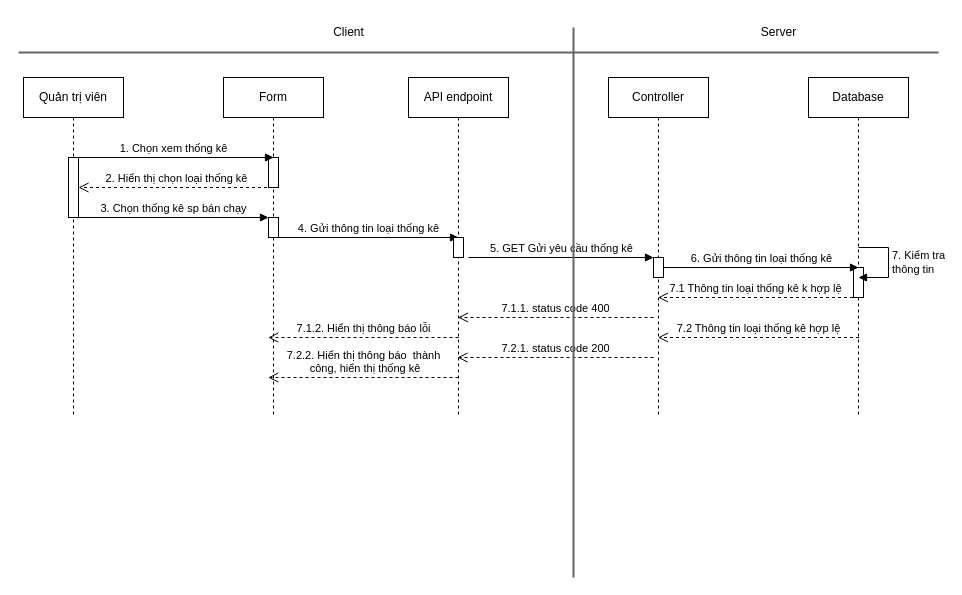
hieuNV0871/da keeps this draw.io diagram as page "Page-2" (2 of 2) of SD/SD_THONGKE.drawio. Above is the earlier version. Source tidied: cells renumbered, new cells numbered last; positions are measured from the earlier drawing's top-left corner, leaving out a move shared by most shapes. Both pictures are drawn from the tidied source at 100%, with x=0, y=0 at pixel (18, 17).
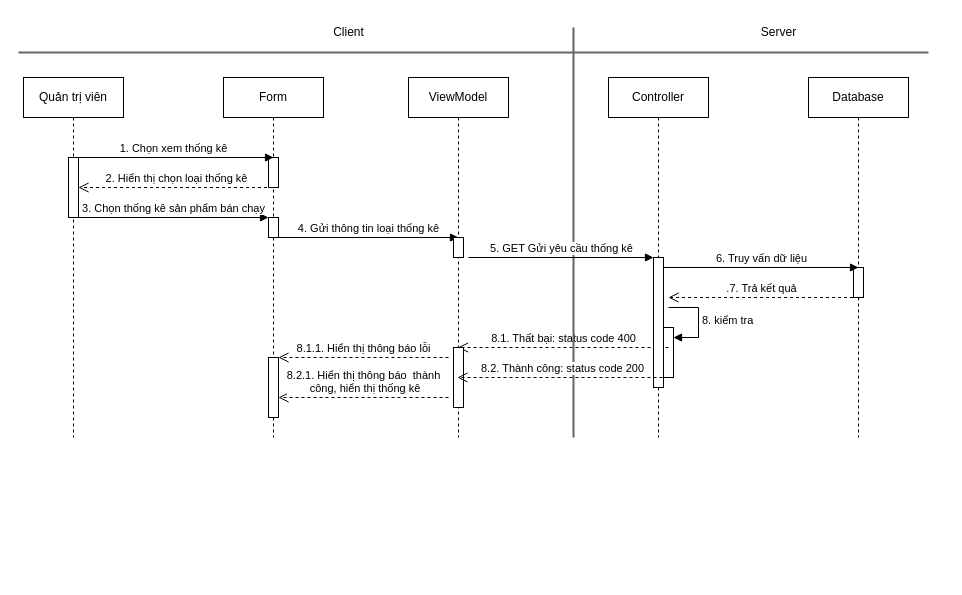
The same diagram, later.

The change refers to these unchanged cells:
```xml
<mxCell id="3" style="html=1;points=[[0,0,0,0,5],[0,1,0,0,-5],[1,0,0,0,5],[1,1,0,0,-5]];perimeter=orthogonalPerimeter;outlineConnect=0;targetShapes=umlLifeline;portConstraint=eastwest;newEdgeStyle={&quot;curved&quot;:0,&quot;rounded&quot;:0};" parent="2" vertex="1">
  <mxGeometry x="45" y="80" width="10" height="60" as="geometry" />
</mxCell>
<mxCell id="6" style="html=1;points=[[0,0,0,0,5],[0,1,0,0,-5],[1,0,0,0,5],[1,1,0,0,-5]];perimeter=orthogonalPerimeter;outlineConnect=0;targetShapes=umlLifeline;portConstraint=eastwest;newEdgeStyle={&quot;curved&quot;:0,&quot;rounded&quot;:0};" parent="4" vertex="1">
  <mxGeometry x="45" y="140" width="10" height="20" as="geometry" />
</mxCell>
```

Diff of the diagram source:
```diff
@@
     <mxCell id="2" value="Quản trị viên" style="shape=umlLifeline;perimeter=lifelinePerimeter;whiteSpace=wrap;html=1;newEdgeStyle={&quot;curved&quot;:0,&quot;rounded&quot;:0};" parent="1" vertex="1">
-      <mxGeometry x="5" y="60" width="100" height="340" as="geometry" />
+      <mxGeometry x="5" y="60" width="100" height="360" as="geometry" />
     </mxCell>
@@
     <mxCell id="4" value="Form" style="shape=umlLifeline;perimeter=lifelinePerimeter;whiteSpace=wrap;html=1;newEdgeStyle={&quot;curved&quot;:0,&quot;rounded&quot;:0};" parent="1" vertex="1">
-      <mxGeometry x="205" y="60" width="100" height="340" as="geometry" />
+      <mxGeometry x="205" y="60" width="100" height="360" as="geometry" />
     </mxCell>
@@
+    <mxCell id="31" style="html=1;perimeter=orthogonalPerimeter;targetShapes=umlLifeline;newEdgeStyle={&quot;curved&quot;:0,&quot;rounded&quot;:0};" parent="4" vertex="1">
+      <mxGeometry x="45" y="280" width="10" height="60" as="geometry" />
+    </mxCell>
     <mxCell id="7" value="Controller" style="shape=umlLifeline;perimeter=lifelinePerimeter;whiteSpace=wrap;html=1;outlineConnect=0;portConstraint=eastwest;newEdgeStyle={&quot;curved&quot;:0,&quot;rounded&quot;:0};" parent="1" vertex="1">
-      <mxGeometry x="590" y="60" width="100" height="340" as="geometry" />
+      <mxGeometry x="590" y="60" width="100" height="360" as="geometry" />
     </mxCell>
+    <mxCell id="32" style="html=1;points=[[0,0,0,0,5],[0,1,0,0,-5],[1,0,0,0,5],[1,1,0,0,-5]];perimeter=orthogonalPerimeter;outlineConnect=0;targetShapes=umlLifeline;portConstraint=eastwest;newEdgeStyle={&quot;curved&quot;:0,&quot;rounded&quot;:0};" parent="7" vertex="1">
+      <mxGeometry x="55" y="250" width="10" height="50" as="geometry" />
+    </mxCell>
+    <mxCell id="33" value="8. kiểm tra" style="html=1;align=left;spacingLeft=2;endArrow=block;rounded=0;edgeStyle=orthogonalEdgeStyle;curved=0;rounded=0;" parent="7" edge="1" target="32">
+      <mxGeometry relative="1" as="geometry">
+        <mxPoint x="60" y="230" as="sourcePoint" />
+        <Array as="points">
+          <mxPoint x="90" y="260" />
+        </Array>
+      </mxGeometry>
+    </mxCell>
@@
-    <mxCell id="9" value="3. Chọn thống kê sp bán chạy" style="html=1;verticalAlign=bottom;endArrow=block;curved=0;rounded=0;" parent="1" edge="1" source="3" target="6">
+    <mxCell id="9" value="3. Chọn thống kê sản phẩm bán chạy" style="html=1;verticalAlign=bottom;endArrow=block;curved=0;rounded=0;" parent="1" edge="1" source="3" target="6">
       <mxGeometry relative="1" as="geometry" />
     </mxCell>
@@
-    <mxCell id="12" value="7.1 Thông tin loại thống kê k hợp lệ" style="html=1;verticalAlign=bottom;endArrow=open;dashed=1;endSize=8;curved=0;rounded=0;" parent="1" edge="1" target="7">
-      <mxGeometry relative="1" as="geometry">
-        <mxPoint x="834.5" y="280" as="sourcePoint" />
-        <Array as="points">
-          <mxPoint x="710" y="280" />
-        </Array>
-      </mxGeometry>
-    </mxCell>
+    <mxCell id="34" value=".7. Trả kết quả" style="html=1;verticalAlign=bottom;endArrow=open;dashed=1;endSize=8;curved=0;rounded=0;" parent="1" edge="1">
+      <mxGeometry relative="1" as="geometry">
+        <mxPoint x="834.5" y="280" as="sourcePoint" />
+        <mxPoint x="650" y="280" as="targetPoint" />
+        <Array as="points">
+          <mxPoint x="710" y="280" />
+        </Array>
+      </mxGeometry>
+    </mxCell>
     <mxCell id="13" value="Database" style="shape=umlLifeline;perimeter=lifelinePerimeter;whiteSpace=wrap;html=1;newEdgeStyle={&quot;curved&quot;:0,&quot;rounded&quot;:0};" parent="1" vertex="1">
-      <mxGeometry x="790" y="60" width="100" height="340" as="geometry" />
+      <mxGeometry x="790" y="60" width="100" height="360" as="geometry" />
     </mxCell>
@@
-    <mxCell id="15" value="7.1.1. status code 400" style="html=1;verticalAlign=bottom;endArrow=open;dashed=1;endSize=8;curved=0;rounded=0;" parent="1" edge="1" target="19">
-      <mxGeometry relative="1" as="geometry">
-        <mxPoint x="635" y="300" as="sourcePoint" />
-        <Array as="points">
-          <mxPoint x="530" y="300" />
-        </Array>
-      </mxGeometry>
-    </mxCell>
-    <mxCell id="16" value="6. Gửi thông tin loại thống kê" style="html=1;verticalAlign=bottom;endArrow=block;curved=0;rounded=0;" parent="1" edge="1" source="23">
-      <mxGeometry relative="1" as="geometry">
-        <mxPoint x="840" y="250" as="targetPoint" />
-      </mxGeometry>
-    </mxCell>
+    <mxCell id="35" value="8.1. Thất bại: status code 400" style="html=1;verticalAlign=bottom;endArrow=open;dashed=1;endSize=8;curved=0;rounded=0;" parent="1" edge="1" target="39">
+      <mxGeometry relative="1" as="geometry">
+        <mxPoint x="650" y="330" as="sourcePoint" />
+        <Array as="points">
+          <mxPoint x="540" y="330" />
+        </Array>
+      </mxGeometry>
+    </mxCell>
+    <mxCell id="36" value="6. Truy vấn dữ liệu" style="html=1;verticalAlign=bottom;endArrow=block;curved=0;rounded=0;" parent="1" edge="1" source="42">
+      <mxGeometry relative="1" as="geometry">
+        <mxPoint x="840" y="250" as="targetPoint" />
+      </mxGeometry>
+    </mxCell>
+    <mxCell id="37" style="line;strokeWidth=2;html=1;fillColor=#f5f5f5;fontColor=#333333;strokeColor=#666666;" parent="1" vertex="1">
+      <mxGeometry y="30" width="910" height="10" as="geometry" />
+    </mxCell>
@@
-    <mxCell id="19" value="API endpoint" style="shape=umlLifeline;perimeter=lifelinePerimeter;whiteSpace=wrap;html=1;outlineConnect=0;portConstraint=eastwest;newEdgeStyle={&quot;curved&quot;:0,&quot;rounded&quot;:0};" parent="1" vertex="1">
-      <mxGeometry x="390" y="60" width="100" height="340" as="geometry" />
-    </mxCell>
+    <mxCell id="38" style="line;strokeWidth=2;direction=south;html=1;fillColor=#f5f5f5;fontColor=#333333;strokeColor=#666666;" parent="1" vertex="1">
+      <mxGeometry x="550" y="10" width="10" height="410" as="geometry" />
+    </mxCell>
+    <mxCell id="39" value="ViewModel" style="shape=umlLifeline;perimeter=lifelinePerimeter;whiteSpace=wrap;html=1;outlineConnect=0;portConstraint=eastwest;newEdgeStyle={&quot;curved&quot;:0,&quot;rounded&quot;:0};" parent="1" vertex="1">
+      <mxGeometry x="390" y="60" width="100" height="360" as="geometry" />
+    </mxCell>
-    <mxCell id="20" style="html=1;perimeter=orthogonalPerimeter;targetShapes=umlLifeline;newEdgeStyle={&quot;curved&quot;:0,&quot;rounded&quot;:0};" parent="19" vertex="1">
+    <mxCell id="20" style="html=1;perimeter=orthogonalPerimeter;targetShapes=umlLifeline;newEdgeStyle={&quot;curved&quot;:0,&quot;rounded&quot;:0};" parent="39" vertex="1">
       <mxGeometry x="45" y="160" width="10" height="20" as="geometry" />
     </mxCell>
+    <mxCell id="40" style="html=1;perimeter=orthogonalPerimeter;targetShapes=umlLifeline;newEdgeStyle={&quot;curved&quot;:0,&quot;rounded&quot;:0};" parent="39" vertex="1">
+      <mxGeometry x="45" y="270" width="10" height="60" as="geometry" />
+    </mxCell>
-    <mxCell id="21" value="5. GET Gửi yêu cầu thống kê" style="html=1;verticalAlign=bottom;endArrow=block;curved=0;rounded=0;" parent="1" edge="1" target="23">
+    <mxCell id="21" value="5. GET Gửi yêu cầu thống kê" style="html=1;verticalAlign=bottom;endArrow=block;curved=0;rounded=0;" parent="1" edge="1" target="42">
       <mxGeometry relative="1" as="geometry">
         <mxPoint x="450" y="240" as="sourcePoint" />
       </mxGeometry>
     </mxCell>
-    <mxCell id="22" style="html=1;verticalAlign=bottom;endArrow=block;curved=0;rounded=0;" parent="1" edge="1" target="23">
-      <mxGeometry relative="1" as="geometry">
-        <mxPoint x="640" y="250" as="sourcePoint" />
-      </mxGeometry>
-    </mxCell>
-    <mxCell id="23" style="html=1;points=[[0,0,0,0,5],[0,1,0,0,-5],[1,0,0,0,5],[1,1,0,0,-5]];perimeter=orthogonalPerimeter;outlineConnect=0;targetShapes=umlLifeline;portConstraint=eastwest;newEdgeStyle={&quot;curved&quot;:0,&quot;rounded&quot;:0};" parent="1" vertex="1">
-      <mxGeometry x="635" y="240" width="10" height="20" as="geometry" />
-    </mxCell>
-    <mxCell id="24" value="7. Kiểm tra &lt;br&gt;thông tin" style="html=1;align=left;spacingLeft=2;endArrow=block;rounded=0;edgeStyle=orthogonalEdgeStyle;curved=0;rounded=0;" parent="1" edge="1">
-      <mxGeometry relative="1" as="geometry">
-        <mxPoint x="840" y="230" as="sourcePoint" />
-        <mxPoint x="840" y="260" as="targetPoint" />
-        <Array as="points">
-          <mxPoint x="870" y="260" />
-        </Array>
-      </mxGeometry>
-    </mxCell>
-    <mxCell id="25" value="7.2 Thông tin loại thống kê hợp lệ" style="html=1;verticalAlign=bottom;endArrow=open;dashed=1;endSize=8;curved=0;rounded=0;" parent="1" edge="1" target="7">
-      <mxGeometry relative="1" as="geometry">
-        <mxPoint x="840.5" y="320" as="sourcePoint" />
-        <Array as="points">
-          <mxPoint x="716" y="320" />
-        </Array>
-      </mxGeometry>
-    </mxCell>
-    <mxCell id="26" value="7.2.1. status code 200" style="html=1;verticalAlign=bottom;endArrow=open;dashed=1;endSize=8;curved=0;rounded=0;" parent="1" edge="1">
-      <mxGeometry relative="1" as="geometry">
-        <mxPoint x="635" y="340" as="sourcePoint" />
-        <mxPoint x="439" y="340" as="targetPoint" />
-        <Array as="points">
-          <mxPoint x="530" y="340" />
-        </Array>
-      </mxGeometry>
-    </mxCell>
-    <mxCell id="27" value="7.1.2. Hiển thị thông báo lỗi" style="html=1;verticalAlign=bottom;endArrow=open;dashed=1;endSize=8;curved=0;rounded=0;" parent="1" edge="1">
-      <mxGeometry relative="1" as="geometry">
-        <mxPoint x="440" y="320" as="sourcePoint" />
-        <mxPoint x="249.7" y="320" as="targetPoint" />
-        <Array as="points">
-          <mxPoint x="340.7" y="320" />
-        </Array>
-      </mxGeometry>
-    </mxCell>
-    <mxCell id="28" value="7.2.2. Hiển thị thông báo&amp;nbsp; thành&lt;br&gt;&amp;nbsp;công, hiển thị thống kê" style="html=1;verticalAlign=bottom;endArrow=open;dashed=1;endSize=8;curved=0;rounded=0;" parent="1" edge="1">
-      <mxGeometry relative="1" as="geometry">
-        <mxPoint x="440" y="360" as="sourcePoint" />
-        <mxPoint x="249.7" y="360" as="targetPoint" />
-        <Array as="points">
-          <mxPoint x="340.7" y="360" />
-        </Array>
-      </mxGeometry>
-    </mxCell>
-    <mxCell id="29" style="line;strokeWidth=2;html=1;fillColor=#f5f5f5;fontColor=#333333;strokeColor=#666666;" parent="1" vertex="1">
-      <mxGeometry y="30" width="920" height="10" as="geometry" />
-    </mxCell>
-    <mxCell id="30" style="line;strokeWidth=2;direction=south;html=1;fillColor=#f5f5f5;fontColor=#333333;strokeColor=#666666;" parent="1" vertex="1">
-      <mxGeometry x="550" y="10" width="10" height="550" as="geometry" />
-    </mxCell>
+    <mxCell id="41" style="html=1;verticalAlign=bottom;endArrow=block;curved=0;rounded=0;" parent="1" edge="1" target="42">
+      <mxGeometry relative="1" as="geometry">
+        <mxPoint x="640" y="250" as="sourcePoint" />
+      </mxGeometry>
+    </mxCell>
+    <mxCell id="42" style="html=1;points=[[0,0,0,0,5],[0,1,0,0,-5],[1,0,0,0,5],[1,1,0,0,-5]];perimeter=orthogonalPerimeter;outlineConnect=0;targetShapes=umlLifeline;portConstraint=eastwest;newEdgeStyle={&quot;curved&quot;:0,&quot;rounded&quot;:0};" parent="1" vertex="1">
+      <mxGeometry x="635" y="240" width="10" height="130" as="geometry" />
+    </mxCell>
+    <mxCell id="43" value="8.2. Thành công: status code 200" style="html=1;verticalAlign=bottom;endArrow=open;dashed=1;endSize=8;curved=0;rounded=0;exitX=0.5;exitY=1;exitDx=0;exitDy=0;exitPerimeter=0;" parent="1" edge="1" source="32">
+      <mxGeometry relative="1" as="geometry">
+        <mxPoint x="439" y="360" as="targetPoint" />
+        <Array as="points">
+          <mxPoint x="530" y="360" />
+        </Array>
+      </mxGeometry>
+    </mxCell>
+    <mxCell id="44" value="8.1.1. Hiển thị thông báo lỗi" style="html=1;verticalAlign=bottom;endArrow=open;dashed=1;endSize=8;curved=0;rounded=0;" parent="1" edge="1">
+      <mxGeometry relative="1" as="geometry">
+        <mxPoint x="430" y="340" as="sourcePoint" />
+        <mxPoint x="260" y="340" as="targetPoint" />
+        <Array as="points">
+          <mxPoint x="340.7" y="340" />
+        </Array>
+      </mxGeometry>
+    </mxCell>
+    <mxCell id="45" value="8.2.1. Hiển thị thông báo&amp;nbsp; thành&lt;br&gt;&amp;nbsp;công, hiển thị thống kê" style="html=1;verticalAlign=bottom;endArrow=open;dashed=1;endSize=8;curved=0;rounded=0;" parent="1" edge="1">
+      <mxGeometry relative="1" as="geometry">
+        <mxPoint x="430" y="380" as="sourcePoint" />
+        <mxPoint x="260" y="380" as="targetPoint" />
+        <Array as="points">
+          <mxPoint x="340.7" y="380" />
+        </Array>
+      </mxGeometry>
+    </mxCell>
```
